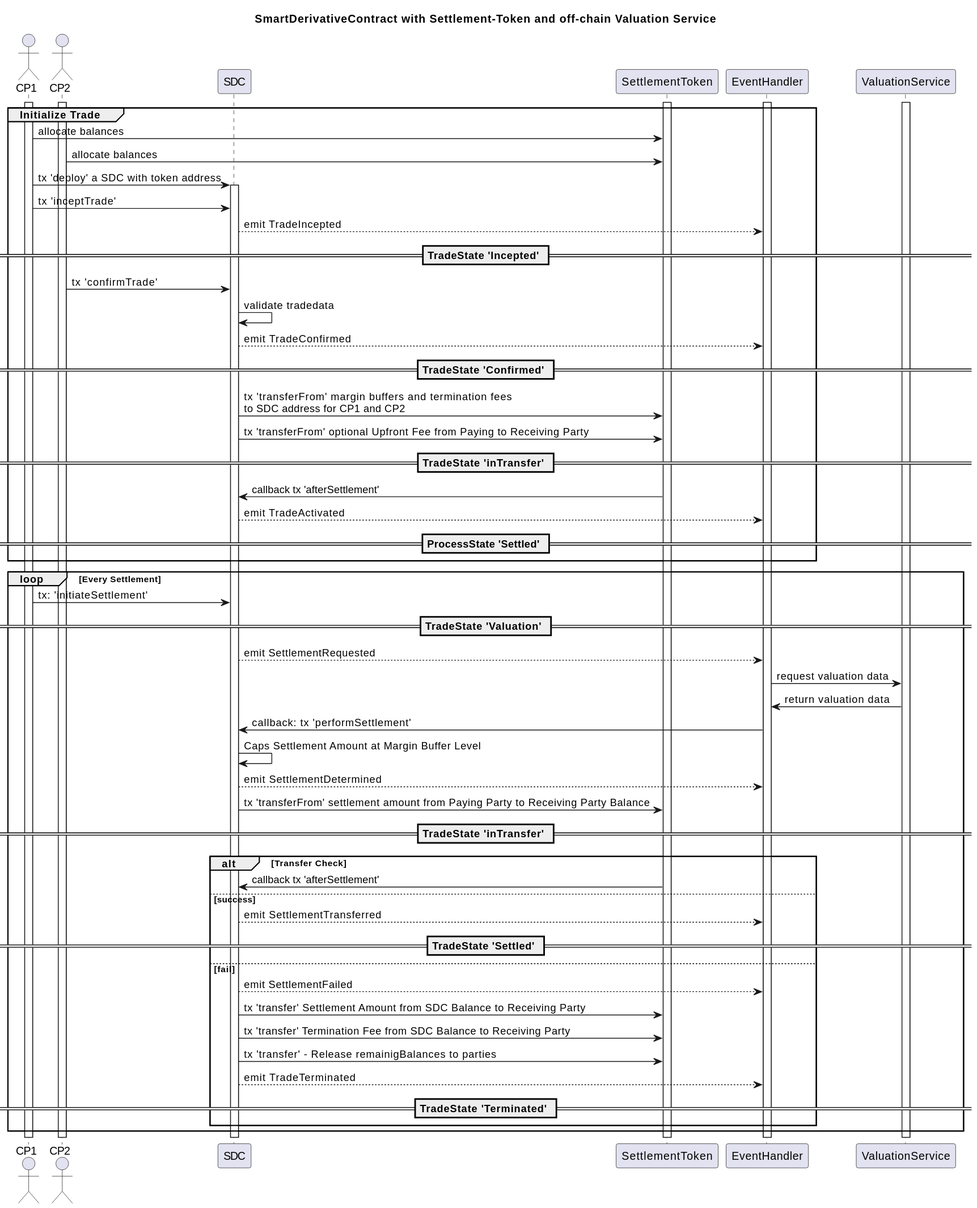
This is assets/erc-6123/doc/sequence.svg from ethereum/ERCs, a PlantUML export, as it was before one commit.
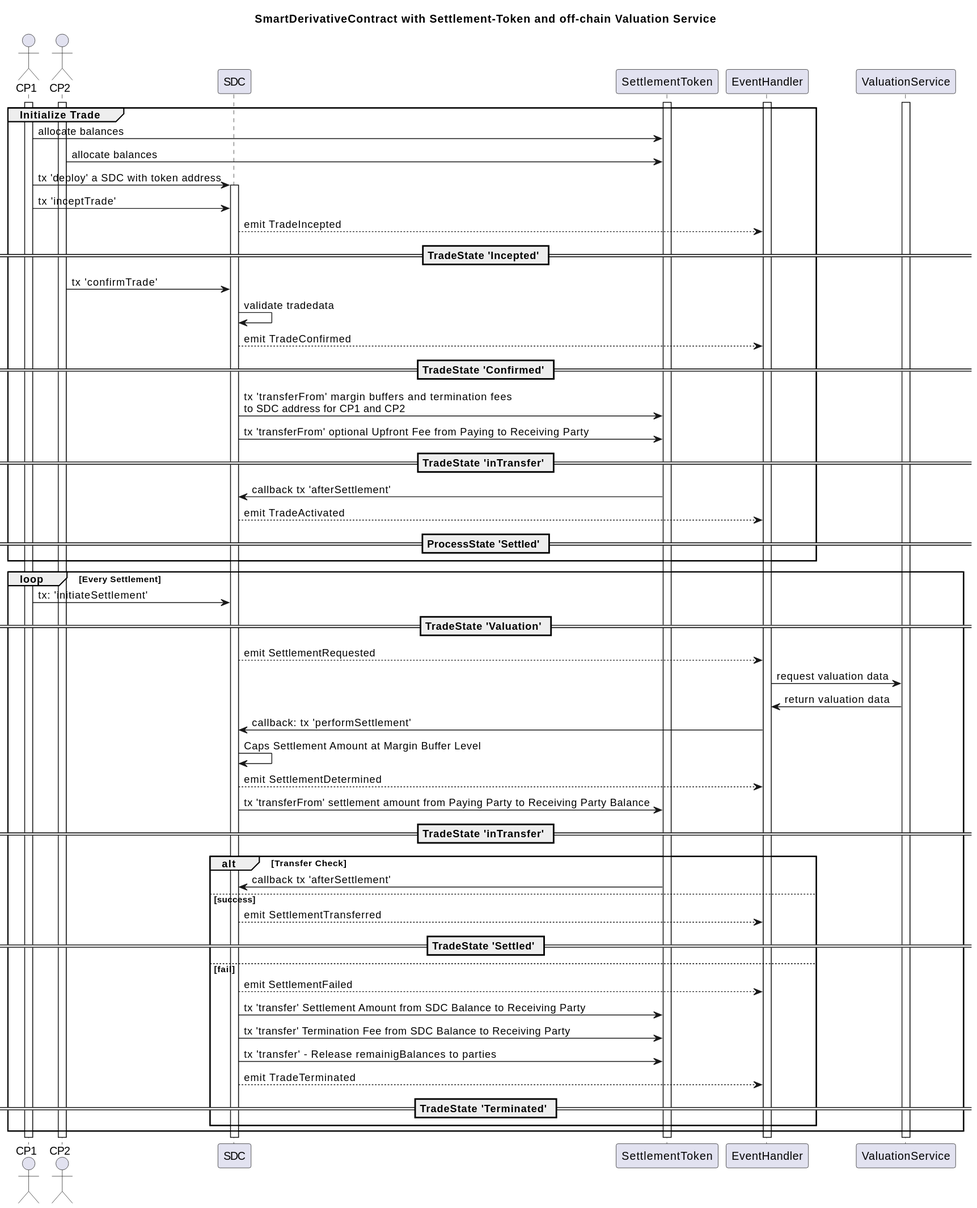
The same file after the commit.

Commit message:
Update ERC-6123: Refactor rename afterTransfer -> afterSettlement

Diff of the diagram source:
```diff
@@ -40,7 +40,7 @@
 
 ==  TradeState 'inTransfer' ==
 
-    SettlementToken->SDC: callback tx 'afterTransfer'
+    SettlementToken->SDC: callback tx 'afterSettlement'
 
     SDC-->EventHandler: emit TradeActivated
 
@@ -67,7 +67,7 @@
 == TradeState 'inTransfer' ==
 
 alt Transfer Check
-	SettlementToken->SDC: callback tx 'afterTransfer'
+	SettlementToken->SDC: callback tx 'afterSettlement'
 else success
     SDC-->EventHandler: emit SettlementTransferred
 == TradeState 'Settled' ==
```
